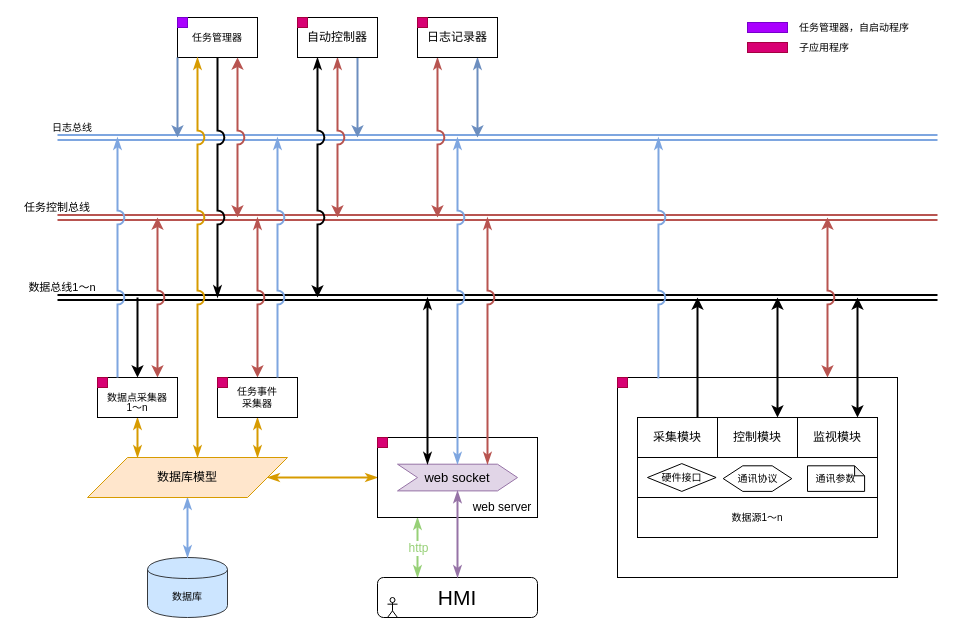
Earlier version of the draw.io diagram 未命名绘图.drawio (bedreamer/draw.io). Source tidied: cells renumbered, new cells numbered last; positions are measured from the earlier drawing's top-left corner, leaving out a move shared by most shapes. Both pictures are drawn from the tidied source at 100%, with x=0, y=0 at pixel (17, 17).
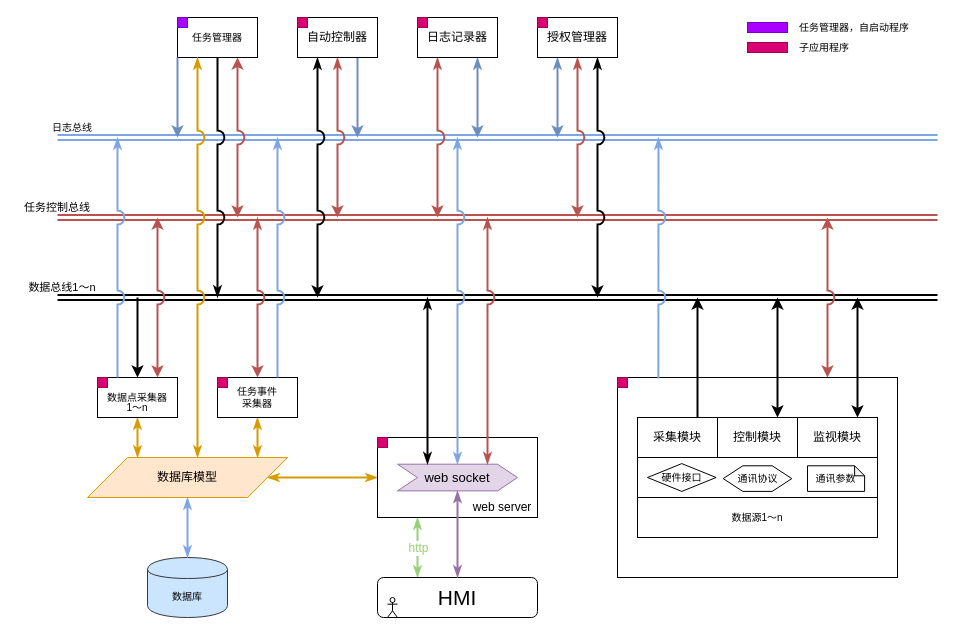
The same page after the edit.

Commit message:
更新未命名绘图.drawio

Change to the diagram source:
```diff
@@
+    <mxCell id="76" style="edgeStyle=orthogonalEdgeStyle;rounded=0;jumpStyle=arc;jumpSize=12;jettySize=auto;html=1;exitX=0.25;exitY=1;exitDx=0;exitDy=0;startArrow=classicThin;startFill=1;strokeWidth=2;fillColor=#dae8fc;strokeColor=#6c8ebf;" parent="1" edge="1" source="79">
+      <mxGeometry relative="1" as="geometry">
+        <mxPoint x="540" y="120" as="targetPoint" />
+      </mxGeometry>
+    </mxCell>
+    <mxCell id="77" style="edgeStyle=orthogonalEdgeStyle;rounded=0;jumpStyle=arc;jumpSize=12;jettySize=auto;html=1;exitX=0.75;exitY=1;exitDx=0;exitDy=0;startArrow=classicThin;startFill=1;strokeWidth=2;" parent="1" edge="1" source="79">
+      <mxGeometry relative="1" as="geometry">
+        <mxPoint x="580" y="280" as="targetPoint" />
+      </mxGeometry>
+    </mxCell>
+    <mxCell id="78" style="edgeStyle=orthogonalEdgeStyle;rounded=0;jumpStyle=arc;jumpSize=12;jettySize=auto;html=1;startArrow=classicThin;startFill=1;strokeWidth=2;fillColor=#f8cecc;strokeColor=#b85450;" parent="1" edge="1" source="79">
+      <mxGeometry relative="1" as="geometry">
+        <mxPoint x="560" y="200" as="targetPoint" />
+      </mxGeometry>
+    </mxCell>
+    <mxCell id="79" value="授权管理器" style="rounded=0;whiteSpace=wrap;html=1;" parent="1" vertex="1">
+      <mxGeometry x="520" width="80" height="40" as="geometry" />
+    </mxCell>
+    <mxCell id="80" style="rounded=0;whiteSpace=wrap;html=1;strokeColor=#A50040;fillColor=#d80073;fontSize=12;fontColor=#ffffff;" parent="1" vertex="1">
+      <mxGeometry x="520" width="10" height="10" as="geometry" />
+    </mxCell>
```
